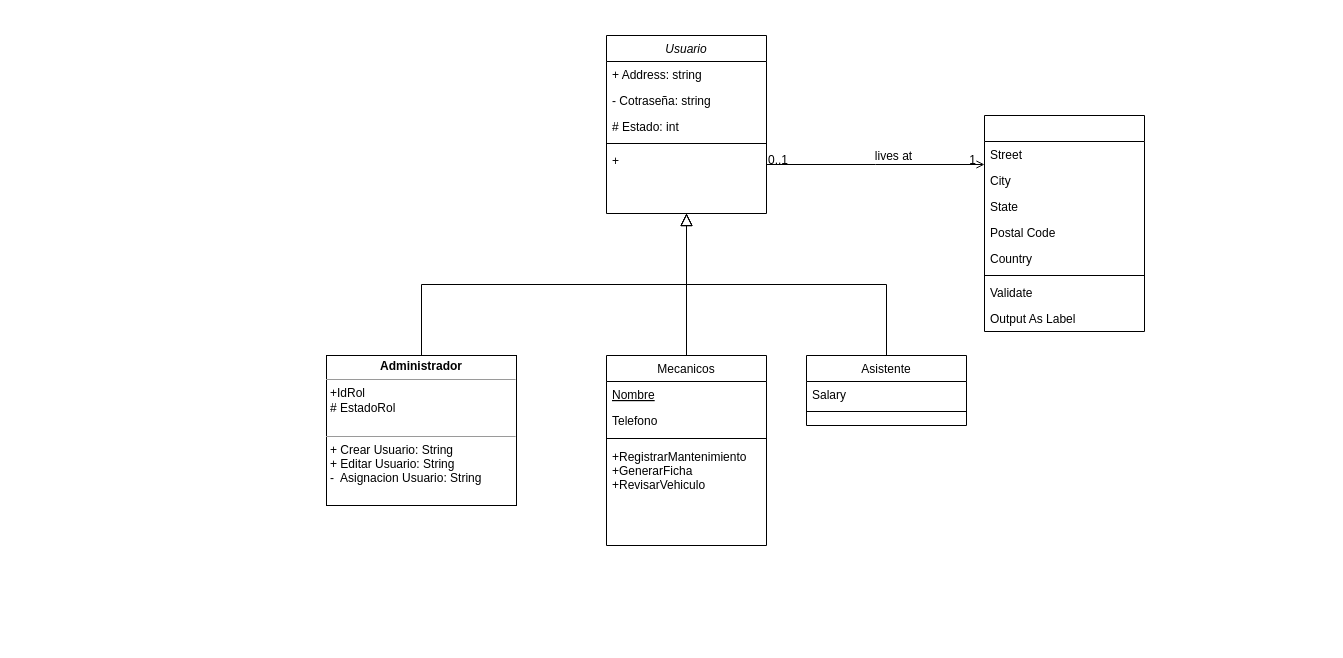
Earlier version of the draw.io diagram Diagramas/DiagramaClases.drawio (Cicery/ProyectoTallerMecanico). Source tidied: cells renumbered, new cells numbered last; positions are measured from the earlier drawing's top-left corner, leaving out a move shared by most shapes. Both pictures are drawn from the tidied source at 100%, with x=0, y=0 at pixel (326, 35).
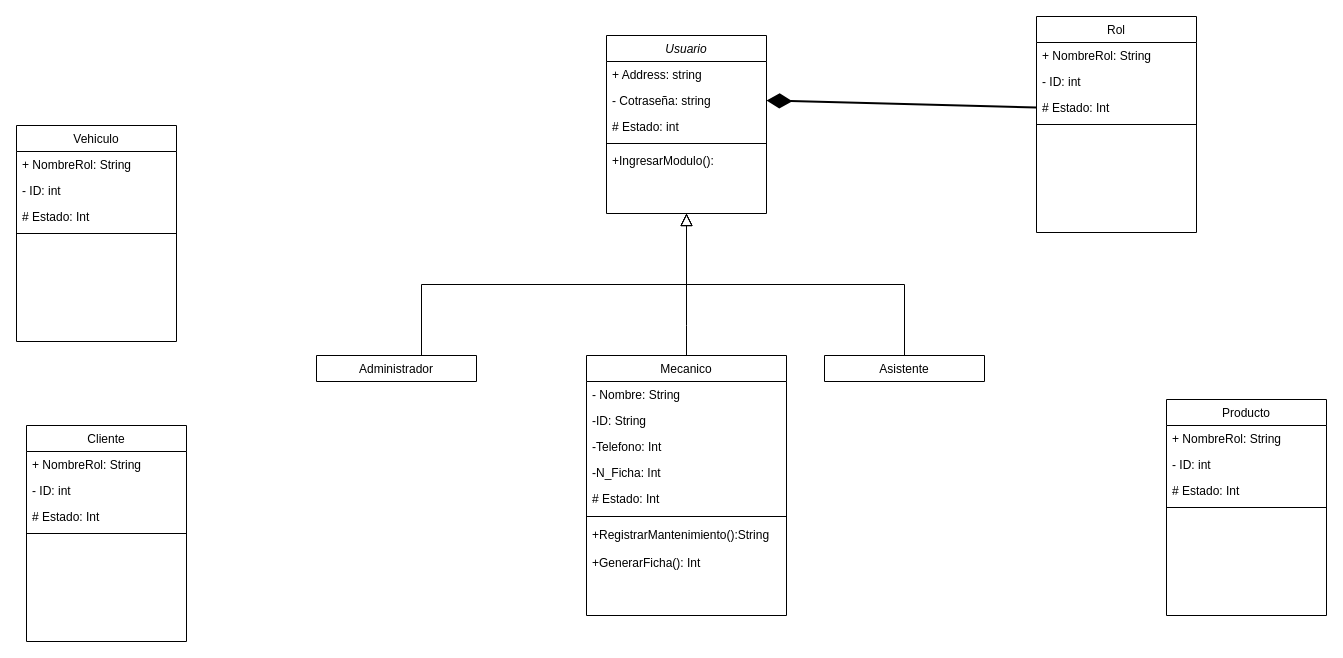
Above is the later version.

The change refers to these unchanged cells:
```xml
<mxCell id="2" value="Usuario" style="swimlane;fontStyle=2;align=center;verticalAlign=top;horizontal=1;startSize=26;rounded=0;shadow=0;strokeWidth=1;" parent="1" vertex="1">
  <mxGeometry x="280" width="160" height="178" as="geometry" />
</mxCell>
<mxCell id="4" value="- Cotraseña: string" style="text;align=left;verticalAlign=top;spacingLeft=4;spacingRight=4;overflow=hidden;points=[[0,0.5],[1,0.5]];portConstraint=eastwest;rounded=0;shadow=0;html=0;" parent="2" vertex="1">
  <mxGeometry y="52" width="160" height="26" as="geometry" />
</mxCell>
```

The edit, as a diff of the source:
```diff
@@
-    <mxCell id="7" value="+" style="text;align=left;verticalAlign=top;spacingLeft=4;spacingRight=4;overflow=hidden;" parent="2" vertex="1">
+    <mxCell id="7" value="+IngresarModulo():" style="text;align=left;verticalAlign=top;spacingLeft=4;spacingRight=4;overflow=hidden;" parent="2" vertex="1">
       <mxGeometry y="112" width="160" height="26" as="geometry" />
     </mxCell>
-    <mxCell id="8" value="Mecanicos" style="swimlane;fontStyle=0;align=center;verticalAlign=top;horizontal=1;startSize=26;rounded=0;shadow=0;strokeWidth=1;" parent="1" vertex="1">
-      <mxGeometry x="280" y="320" width="160" height="190" as="geometry" />
+    <mxCell id="8" value="Mecanico" style="swimlane;fontStyle=0;align=center;verticalAlign=top;horizontal=1;startSize=26;rounded=0;shadow=0;strokeWidth=1;" parent="1" vertex="1">
+      <mxGeometry x="260" y="320" width="200" height="260" as="geometry" />
     </mxCell>
-    <mxCell id="9" value="Nombre" style="text;align=left;verticalAlign=top;spacingLeft=4;spacingRight=4;overflow=hidden;fontStyle=4;" parent="8" vertex="1">
-      <mxGeometry y="26" width="160" height="26" as="geometry" />
+    <mxCell id="9" value="- Nombre: String" style="text;align=left;verticalAlign=top;spacingLeft=4;spacingRight=4;overflow=hidden;fontStyle=0;" parent="8" vertex="1">
+      <mxGeometry y="26" width="200" height="26" as="geometry" />
     </mxCell>
+    <mxCell id="33" value="-ID: String" style="text;align=left;verticalAlign=top;spacingLeft=4;spacingRight=4;overflow=hidden;" parent="8" vertex="1">
+      <mxGeometry y="52" width="200" height="26" as="geometry" />
+    </mxCell>
-    <mxCell id="10" value="Telefono" style="text;align=left;verticalAlign=top;spacingLeft=4;spacingRight=4;overflow=hidden;" parent="8" vertex="1">
-      <mxGeometry y="52" width="160" height="26" as="geometry" />
+    <mxCell id="10" value="-Telefono: Int" style="text;align=left;verticalAlign=top;spacingLeft=4;spacingRight=4;overflow=hidden;" parent="8" vertex="1">
+      <mxGeometry y="78" width="200" height="26" as="geometry" />
     </mxCell>
+    <mxCell id="34" value="-N_Ficha: Int" style="text;align=left;verticalAlign=top;spacingLeft=4;spacingRight=4;overflow=hidden;" parent="8" vertex="1">
+      <mxGeometry y="104" width="200" height="26" as="geometry" />
+    </mxCell>
+    <mxCell id="35" value="# Estado: Int" style="text;align=left;verticalAlign=top;spacingLeft=4;spacingRight=4;overflow=hidden;" parent="8" vertex="1">
+      <mxGeometry y="130" width="200" height="26" as="geometry" />
+    </mxCell>
     <mxCell id="11" style="line;html=1;strokeWidth=1;align=left;verticalAlign=middle;spacingTop=-1;spacingLeft=3;spacingRight=3;labelPosition=right;" parent="8" vertex="1">
-      <mxGeometry y="78" width="160" height="10" as="geometry" />
+      <mxGeometry y="156" width="200" height="10" as="geometry" />
     </mxCell>
-    <mxCell id="12" value="+RegistrarMantenimiento&#10;+GenerarFicha&#10;+RevisarVehiculo" style="text;align=left;verticalAlign=top;spacingLeft=4;spacingRight=4;overflow=hidden;" parent="8" vertex="1">
-      <mxGeometry y="88" width="160" height="54" as="geometry" />
+    <mxCell id="12" value="+RegistrarMantenimiento():String&#10;&#10;+GenerarFicha(): Int&#10;" style="text;align=left;verticalAlign=top;spacingLeft=4;spacingRight=4;overflow=hidden;" parent="8" vertex="1">
+      <mxGeometry y="166" width="200" height="94" as="geometry" />
     </mxCell>
     <mxCell id="13" style="endArrow=block;endSize=10;endFill=0;shadow=0;strokeWidth=1;rounded=0;edgeStyle=elbowEdgeStyle;elbow=vertical;" parent="1" edge="1" source="8" target="2">
-      <mxGeometry relative="1" as="geometry" />
+      <mxGeometry relative="1" as="geometry">
+        <Array as="points">
+          <mxPoint x="360" y="290" />
+        </Array>
+      </mxGeometry>
     </mxCell>
-    <mxCell id="14" value="Asistente" style="swimlane;fontStyle=0;align=center;verticalAlign=top;horizontal=1;startSize=26;rounded=0;shadow=0;strokeWidth=1;" parent="1" vertex="1">
-      <mxGeometry x="480" y="320" width="160" height="70" as="geometry" />
-    </mxCell>
-    <mxCell id="15" value="Salary" style="text;align=left;verticalAlign=top;spacingLeft=4;spacingRight=4;overflow=hidden;" parent="14" vertex="1">
-      <mxGeometry y="26" width="160" height="26" as="geometry" />
-    </mxCell>
-    <mxCell id="16" style="line;html=1;strokeWidth=1;align=left;verticalAlign=middle;spacingTop=-1;spacingLeft=3;spacingRight=3;labelPosition=right;" parent="14" vertex="1">
-      <mxGeometry y="52" width="160" height="8" as="geometry" />
-    </mxCell>
-    <mxCell id="17" style="endArrow=block;endSize=10;endFill=0;shadow=0;strokeWidth=1;rounded=0;edgeStyle=elbowEdgeStyle;elbow=vertical;" parent="1" edge="1" source="14" target="2">
+    <mxCell id="17" style="endArrow=block;endSize=10;endFill=0;shadow=0;strokeWidth=1;rounded=0;edgeStyle=elbowEdgeStyle;elbow=vertical;exitX=0.5;exitY=0;exitDx=0;exitDy=0;" parent="1" edge="1" source="14" target="2">
       <mxGeometry relative="1" as="geometry" />
     </mxCell>
-    <mxCell id="18" style="swimlane;fontStyle=0;align=center;verticalAlign=top;horizontal=1;startSize=26;rounded=0;shadow=0;strokeWidth=1;" parent="1" vertex="1">
-      <mxGeometry x="658" y="80" width="160" height="216" as="geometry" />
+    <mxCell id="18" value="Rol" style="swimlane;fontStyle=0;align=center;verticalAlign=top;horizontal=1;startSize=26;rounded=0;shadow=0;strokeWidth=1;" parent="1" vertex="1">
+      <mxGeometry x="710" y="-19" width="160" height="216" as="geometry" />
     </mxCell>
-    <mxCell id="19" value="Street" style="text;align=left;verticalAlign=top;spacingLeft=4;spacingRight=4;overflow=hidden;" parent="18" vertex="1">
+    <mxCell id="19" value="+ NombreRol: String" style="text;align=left;verticalAlign=top;spacingLeft=4;spacingRight=4;overflow=hidden;" parent="18" vertex="1">
       <mxGeometry y="26" width="160" height="26" as="geometry" />
     </mxCell>
-    <mxCell id="20" value="City" style="text;align=left;verticalAlign=top;spacingLeft=4;spacingRight=4;overflow=hidden;rounded=0;shadow=0;html=0;" parent="18" vertex="1">
+    <mxCell id="20" value="- ID: int" style="text;align=left;verticalAlign=top;spacingLeft=4;spacingRight=4;overflow=hidden;rounded=0;shadow=0;html=0;" parent="18" vertex="1">
       <mxGeometry y="52" width="160" height="26" as="geometry" />
     </mxCell>
-    <mxCell id="21" value="State" style="text;align=left;verticalAlign=top;spacingLeft=4;spacingRight=4;overflow=hidden;points=[[0,0.5],[1,0.5]];portConstraint=eastwest;rounded=0;shadow=0;html=0;" parent="18" vertex="1">
+    <mxCell id="21" value="# Estado: Int" style="text;align=left;verticalAlign=top;spacingLeft=4;spacingRight=4;overflow=hidden;points=[[0,0.5],[1,0.5]];portConstraint=eastwest;rounded=0;shadow=0;html=0;" parent="18" vertex="1">
       <mxGeometry y="78" width="160" height="26" as="geometry" />
     </mxCell>
-    <mxCell id="22" value="Postal Code" style="text;align=left;verticalAlign=top;spacingLeft=4;spacingRight=4;overflow=hidden;rounded=0;shadow=0;html=0;" parent="18" vertex="1">
-      <mxGeometry y="104" width="160" height="26" as="geometry" />
-    </mxCell>
-    <mxCell id="23" value="Country" style="text;align=left;verticalAlign=top;spacingLeft=4;spacingRight=4;overflow=hidden;rounded=0;shadow=0;html=0;" parent="18" vertex="1">
-      <mxGeometry y="130" width="160" height="26" as="geometry" />
-    </mxCell>
     <mxCell id="24" style="line;html=1;strokeWidth=1;align=left;verticalAlign=middle;spacingTop=-1;spacingLeft=3;spacingRight=3;labelPosition=right;" parent="18" vertex="1">
-      <mxGeometry y="156" width="160" height="8" as="geometry" />
+      <mxGeometry y="104" width="160" height="8" as="geometry" />
     </mxCell>
-    <mxCell id="25" value="Validate" style="text;align=left;verticalAlign=top;spacingLeft=4;spacingRight=4;overflow=hidden;" parent="18" vertex="1">
-      <mxGeometry y="164" width="160" height="26" as="geometry" />
-    </mxCell>
-    <mxCell id="26" value="Output As Label" style="text;align=left;verticalAlign=top;spacingLeft=4;spacingRight=4;overflow=hidden;" parent="18" vertex="1">
-      <mxGeometry y="190" width="160" height="26" as="geometry" />
-    </mxCell>
-    <mxCell id="27" style="endArrow=open;shadow=0;strokeWidth=1;rounded=0;endFill=1;edgeStyle=elbowEdgeStyle;elbow=vertical;" parent="1" edge="1" source="2" target="18">
-      <mxGeometry x="0.5" y="41" relative="1" as="geometry">
-        <mxPoint x="-40" y="32" as="offset" />
-      </mxGeometry>
-    </mxCell>
-    <mxCell id="28" value="0..1" style="align=left;verticalAlign=bottom;labelBackgroundColor=none;fontSize=12;" parent="27" vertex="1">
-      <mxGeometry x="-1" relative="1" as="geometry">
-        <mxPoint y="4" as="offset" />
-      </mxGeometry>
-    </mxCell>
-    <mxCell id="29" value="1" style="align=right;verticalAlign=bottom;labelBackgroundColor=none;fontSize=12;" parent="27" vertex="1">
-      <mxGeometry x="1" relative="1" as="geometry">
-        <mxPoint x="-7" y="4" as="offset" />
-      </mxGeometry>
-    </mxCell>
-    <mxCell id="30" value="lives at" style="text;html=1;align=center;verticalAlign=middle;labelBackgroundColor=none;rounded=0;shadow=0;strokeWidth=1;fontSize=12;" parent="27" vertex="1">
-      <mxGeometry x="0.5" y="49" relative="1" as="geometry">
-        <mxPoint x="-38" y="40" as="offset" />
-      </mxGeometry>
-    </mxCell>
-    <mxCell id="31" value="&lt;p style=&quot;margin: 0px ; margin-top: 4px ; text-align: center&quot;&gt;&lt;b&gt;Administrador&lt;/b&gt;&lt;/p&gt;&lt;hr size=&quot;1&quot;&gt;&lt;p style=&quot;margin: 0px ; margin-left: 4px&quot;&gt;+IdRol&lt;/p&gt;&lt;p style=&quot;margin: 0px ; margin-left: 4px&quot;&gt;# EstadoRol&lt;/p&gt;&lt;p style=&quot;margin: 0px ; margin-left: 4px&quot;&gt;&lt;br&gt;&lt;/p&gt;&lt;hr size=&quot;1&quot;&gt;&lt;p style=&quot;margin: 0px ; margin-left: 4px&quot;&gt;&lt;span&gt;+ Crear Usuario: String&lt;/span&gt;&lt;br&gt;&lt;/p&gt;&lt;p style=&quot;margin: 0px 0px 0px 4px&quot;&gt;+ Editar Usuario: String&lt;/p&gt;&lt;p style=&quot;margin: 0px 0px 0px 4px&quot;&gt;-&amp;nbsp; Asignacion Usuario: String&lt;/p&gt;" style="swimline;verticalAlign=top;align=left;overflow=fill;fontSize=12;fontFamily=Helvetica;html=1;" parent="1" vertex="1">
-      <mxGeometry y="320" width="190" height="150" as="geometry" />
-    </mxCell>
-    <mxCell id="32" style="endArrow=block;endSize=10;endFill=0;shadow=0;strokeWidth=1;rounded=0;edgeStyle=elbowEdgeStyle;elbow=vertical;exitX=0.5;exitY=0;exitDx=0;exitDy=0;" parent="1" edge="1" source="31">
+    <mxCell id="32" style="endArrow=block;endSize=10;endFill=0;shadow=0;strokeWidth=1;rounded=0;edgeStyle=elbowEdgeStyle;elbow=vertical;exitX=0.5;exitY=0;exitDx=0;exitDy=0;" parent="1" edge="1">
       <mxGeometry relative="1" as="geometry">
+        <mxPoint x="95" y="320" as="sourcePoint" />
         <mxPoint x="360" y="178" as="targetPoint" />
       </mxGeometry>
     </mxCell>
+    <mxCell id="36" value="Administrador" style="swimlane;fontStyle=0;align=center;verticalAlign=top;horizontal=1;startSize=26;rounded=0;shadow=0;strokeWidth=1;" parent="1" vertex="1" collapsed="1">
+      <mxGeometry x="-10" y="320" width="160" height="26" as="geometry" />
+    </mxCell>
+    <mxCell id="14" value="Asistente" style="swimlane;fontStyle=0;align=center;verticalAlign=top;horizontal=1;startSize=26;rounded=0;shadow=0;strokeWidth=1;" parent="1" vertex="1" collapsed="1">
+      <mxGeometry x="498" y="320" width="160" height="26" as="geometry" />
+    </mxCell>
+    <mxCell id="37" style="endArrow=none;html=1;entryX=0;entryY=0.5;entryDx=0;entryDy=0;exitX=1;exitY=0.5;exitDx=0;exitDy=0;startArrow=diamondThin;startFill=1;startSize=20;endSize=20;targetPerimeterSpacing=0;strokeWidth=2;" parent="1" edge="1" source="4" target="21">
+      <mxGeometry relative="1" as="geometry" />
+    </mxCell>
+    <mxCell id="38" value="Producto" style="swimlane;fontStyle=0;align=center;verticalAlign=top;horizontal=1;startSize=26;rounded=0;shadow=0;strokeWidth=1;" parent="1" vertex="1">
+      <mxGeometry x="840" y="364" width="160" height="216" as="geometry" />
+    </mxCell>
+    <mxCell id="39" value="+ NombreRol: String" style="text;align=left;verticalAlign=top;spacingLeft=4;spacingRight=4;overflow=hidden;" parent="38" vertex="1">
+      <mxGeometry y="26" width="160" height="26" as="geometry" />
+    </mxCell>
+    <mxCell id="40" value="- ID: int" style="text;align=left;verticalAlign=top;spacingLeft=4;spacingRight=4;overflow=hidden;rounded=0;shadow=0;html=0;" parent="38" vertex="1">
+      <mxGeometry y="52" width="160" height="26" as="geometry" />
+    </mxCell>
+    <mxCell id="41" value="# Estado: Int" style="text;align=left;verticalAlign=top;spacingLeft=4;spacingRight=4;overflow=hidden;rounded=0;shadow=0;html=0;" parent="38" vertex="1">
+      <mxGeometry y="78" width="160" height="26" as="geometry" />
+    </mxCell>
+    <mxCell id="42" style="line;html=1;strokeWidth=1;align=left;verticalAlign=middle;spacingTop=-1;spacingLeft=3;spacingRight=3;labelPosition=right;" parent="38" vertex="1">
+      <mxGeometry y="104" width="160" height="8" as="geometry" />
+    </mxCell>
+    <mxCell id="43" value="Cliente" style="swimlane;fontStyle=0;align=center;verticalAlign=top;horizontal=1;startSize=26;rounded=0;shadow=0;strokeWidth=1;" parent="1" vertex="1">
+      <mxGeometry x="-300" y="390" width="160" height="216" as="geometry" />
+    </mxCell>
+    <mxCell id="44" value="+ NombreRol: String" style="text;align=left;verticalAlign=top;spacingLeft=4;spacingRight=4;overflow=hidden;" parent="43" vertex="1">
+      <mxGeometry y="26" width="160" height="26" as="geometry" />
+    </mxCell>
+    <mxCell id="45" value="- ID: int" style="text;align=left;verticalAlign=top;spacingLeft=4;spacingRight=4;overflow=hidden;rounded=0;shadow=0;html=0;" parent="43" vertex="1">
+      <mxGeometry y="52" width="160" height="26" as="geometry" />
+    </mxCell>
+    <mxCell id="46" value="# Estado: Int" style="text;align=left;verticalAlign=top;spacingLeft=4;spacingRight=4;overflow=hidden;rounded=0;shadow=0;html=0;" parent="43" vertex="1">
+      <mxGeometry y="78" width="160" height="26" as="geometry" />
+    </mxCell>
+    <mxCell id="47" style="line;html=1;strokeWidth=1;align=left;verticalAlign=middle;spacingTop=-1;spacingLeft=3;spacingRight=3;labelPosition=right;" parent="43" vertex="1">
+      <mxGeometry y="104" width="160" height="8" as="geometry" />
+    </mxCell>
+    <mxCell id="48" value="Vehiculo" style="swimlane;fontStyle=0;align=center;verticalAlign=top;horizontal=1;startSize=26;rounded=0;shadow=0;strokeWidth=1;" parent="1" vertex="1">
+      <mxGeometry x="-310" y="90" width="160" height="216" as="geometry" />
+    </mxCell>
+    <mxCell id="49" value="+ NombreRol: String" style="text;align=left;verticalAlign=top;spacingLeft=4;spacingRight=4;overflow=hidden;" parent="48" vertex="1">
+      <mxGeometry y="26" width="160" height="26" as="geometry" />
+    </mxCell>
+    <mxCell id="50" value="- ID: int" style="text;align=left;verticalAlign=top;spacingLeft=4;spacingRight=4;overflow=hidden;rounded=0;shadow=0;html=0;" parent="48" vertex="1">
+      <mxGeometry y="52" width="160" height="26" as="geometry" />
+    </mxCell>
+    <mxCell id="51" value="# Estado: Int" style="text;align=left;verticalAlign=top;spacingLeft=4;spacingRight=4;overflow=hidden;rounded=0;shadow=0;html=0;" parent="48" vertex="1">
+      <mxGeometry y="78" width="160" height="26" as="geometry" />
+    </mxCell>
+    <mxCell id="52" style="line;html=1;strokeWidth=1;align=left;verticalAlign=middle;spacingTop=-1;spacingLeft=3;spacingRight=3;labelPosition=right;" parent="48" vertex="1">
+      <mxGeometry y="104" width="160" height="8" as="geometry" />
+    </mxCell>
```
